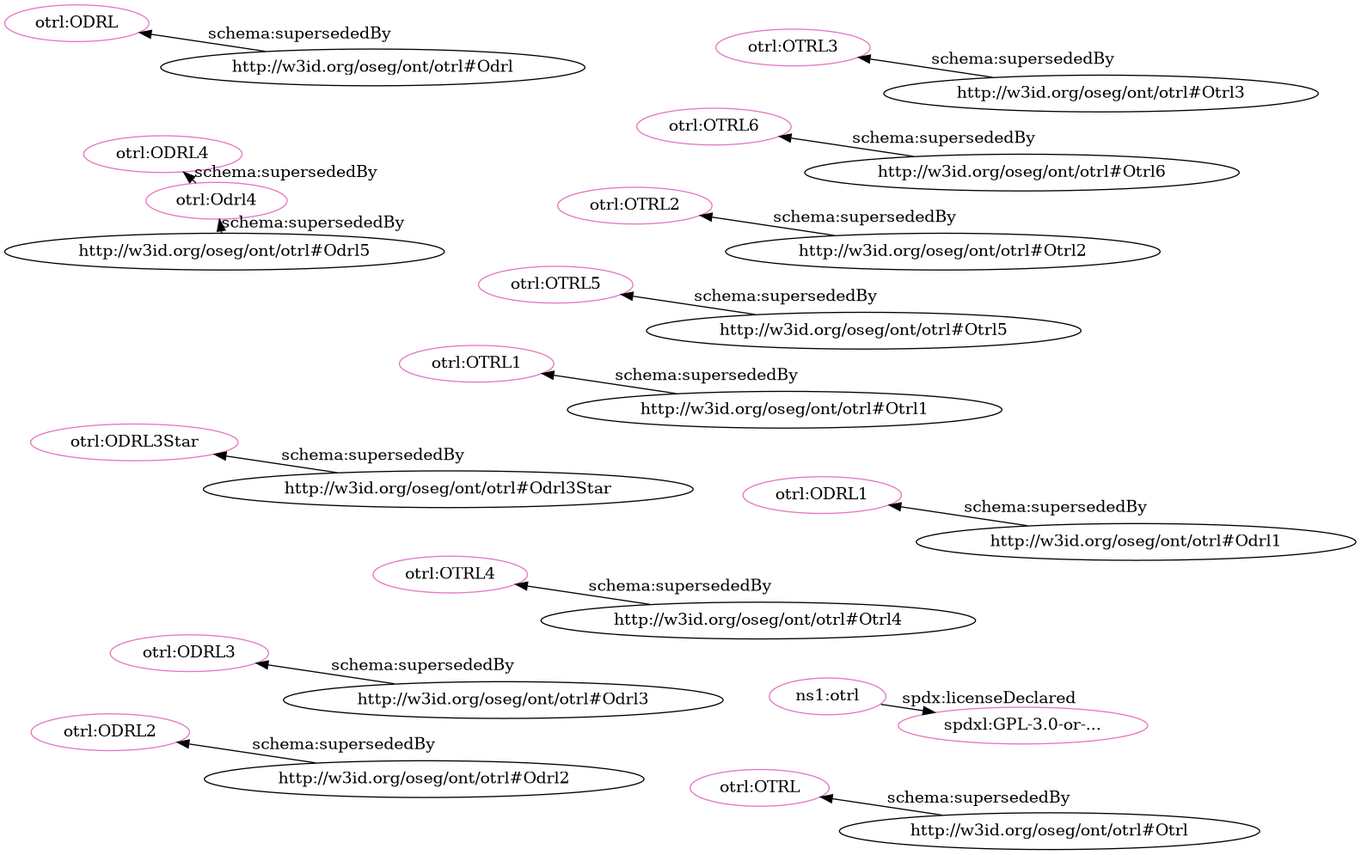
iop-alliance/OpenKnowHow keeps this Graphviz diagram as src/spec/fdp_otrl_deprecated-clean.png. Above is the earlier version. Its source is kept beside it as src/spec/fdp_otrl_deprecated-clean.dot.
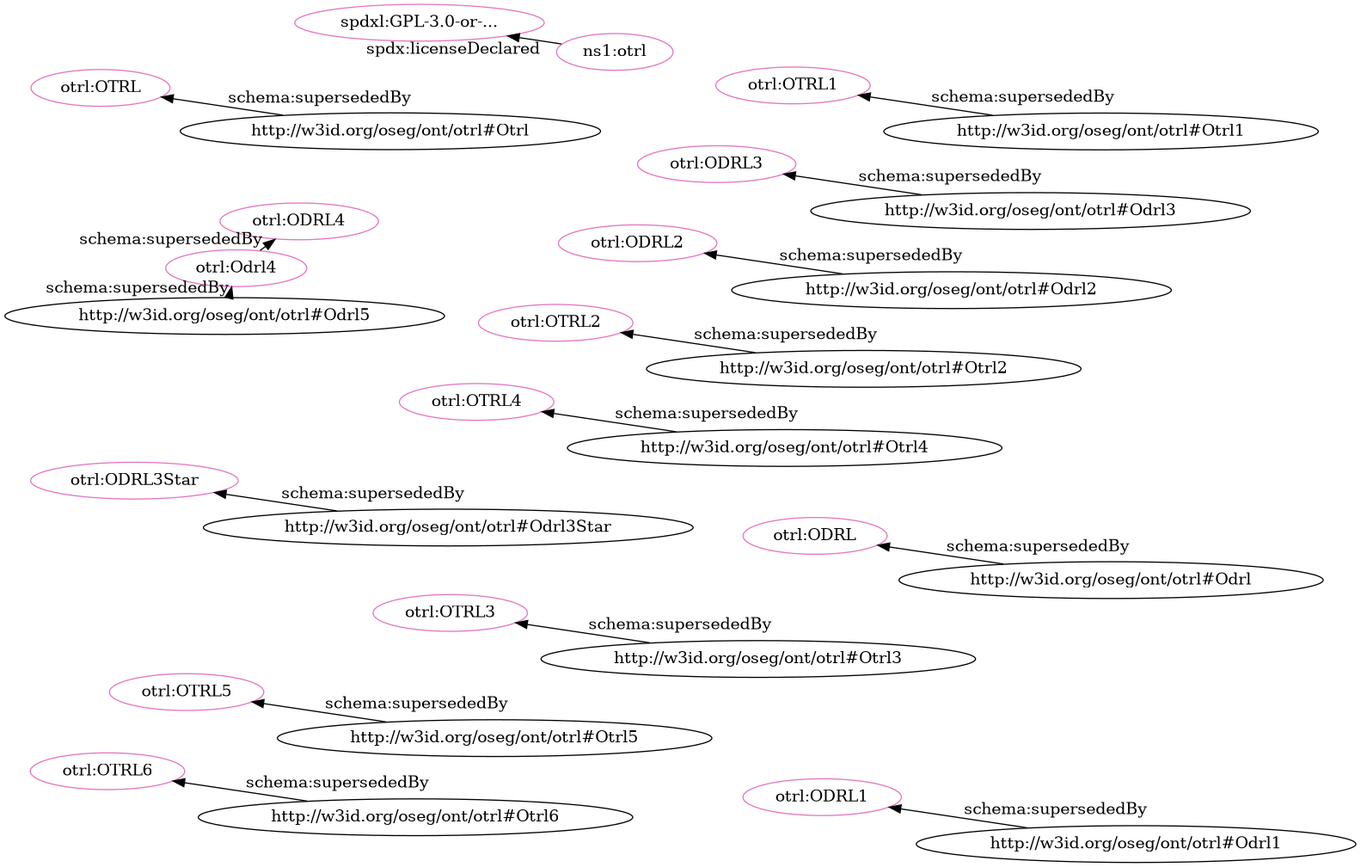
The same file after the commit.

Change to the diagram source:
```diff
@@ -1,35 +1,35 @@
 digraph G {
   rankdir=BT
   node[height=.3]
+"http://w3id.org/oseg/ont/otrl#OTRL4" [fillcolor="#e377c2" color="#e377c2" label="otrl:OTRL4"]
+"http://w3id.org/oseg/ont/otrl#Odrl4" [fillcolor="#e377c2" color="#e377c2" label="otrl:Odrl4"]
+"http://w3id.org/oseg/ont/otrl#OTRL2" [fillcolor="#e377c2" color="#e377c2" label="otrl:OTRL2"]
+"http://w3id.org/oseg/ont/otrl#ODRL3Star" [fillcolor="#e377c2" color="#e377c2" label="otrl:ODRL3Star"]
+"http://w3id.org/oseg/ont/otrl#OTRL" [fillcolor="#e377c2" color="#e377c2" label="otrl:OTRL"]
+"http://w3id.org/oseg/ont/otrl#OTRL3" [fillcolor="#e377c2" color="#e377c2" label="otrl:OTRL3"]
+"http://w3id.org/oseg/ont/otrl#ODRL4" [fillcolor="#e377c2" color="#e377c2" label="otrl:ODRL4"]
+"http://w3id.org/oseg/ont/otrl#ODRL" [fillcolor="#e377c2" color="#e377c2" label="otrl:ODRL"]
+"http://spdx.org/licenses/GPL-3.0-or-later" [fillcolor="#e377c2" color="#e377c2" label="spdxl:GPL-3.0-or-..."]
+"http://w3id.org/oseg/ont/otrl#ODRL2" [fillcolor="#e377c2" color="#e377c2" label="otrl:ODRL2"]
+"http://w3id.org/oseg/ont/otrl#ODRL3" [fillcolor="#e377c2" color="#e377c2" label="otrl:ODRL3"]
+"http://w3id.org/oseg/ont/otrl#OTRL5" [fillcolor="#e377c2" color="#e377c2" label="otrl:OTRL5"]
 "http://w3id.org/oseg/ont/otrl#OTRL1" [fillcolor="#e377c2" color="#e377c2" label="otrl:OTRL1"]
 "http://w3id.org/oseg/ont/otrl" [fillcolor="#e377c2" color="#e377c2" label="ns1:otrl"]
-"http://w3id.org/oseg/ont/otrl#OTRL5" [fillcolor="#e377c2" color="#e377c2" label="otrl:OTRL5"]
-"http://spdx.org/licenses/GPL-3.0-or-later" [fillcolor="#e377c2" color="#e377c2" label="spdxl:GPL-3.0-or-..."]
-"http://w3id.org/oseg/ont/otrl#OTRL4" [fillcolor="#e377c2" color="#e377c2" label="otrl:OTRL4"]
-"http://w3id.org/oseg/ont/otrl#ODRL4" [fillcolor="#e377c2" color="#e377c2" label="otrl:ODRL4"]
-"http://w3id.org/oseg/ont/otrl#OTRL2" [fillcolor="#e377c2" color="#e377c2" label="otrl:OTRL2"]
-"http://w3id.org/oseg/ont/otrl#Odrl4" [fillcolor="#e377c2" color="#e377c2" label="otrl:Odrl4"]
-"http://w3id.org/oseg/ont/otrl#OTRL" [fillcolor="#e377c2" color="#e377c2" label="otrl:OTRL"]
 "http://w3id.org/oseg/ont/otrl#OTRL6" [fillcolor="#e377c2" color="#e377c2" label="otrl:OTRL6"]
-"http://w3id.org/oseg/ont/otrl#ODRL3Star" [fillcolor="#e377c2" color="#e377c2" label="otrl:ODRL3Star"]
-"http://w3id.org/oseg/ont/otrl#ODRL" [fillcolor="#e377c2" color="#e377c2" label="otrl:ODRL"]
-"http://w3id.org/oseg/ont/otrl#ODRL3" [fillcolor="#e377c2" color="#e377c2" label="otrl:ODRL3"]
-"http://w3id.org/oseg/ont/otrl#OTRL3" [fillcolor="#e377c2" color="#e377c2" label="otrl:OTRL3"]
-"http://w3id.org/oseg/ont/otrl#ODRL2" [fillcolor="#e377c2" color="#e377c2" label="otrl:ODRL2"]
 "http://w3id.org/oseg/ont/otrl#ODRL1" [fillcolor="#e377c2" color="#e377c2" label="otrl:ODRL1"]
+  "http://w3id.org/oseg/ont/otrl#Otrl4" -> "http://w3id.org/oseg/ont/otrl#OTRL4" [label="schema:supersededBy"]
+  "http://w3id.org/oseg/ont/otrl#Odrl5" -> "http://w3id.org/oseg/ont/otrl#Odrl4" [label="schema:supersededBy"]
+  "http://w3id.org/oseg/ont/otrl#Odrl3Star" -> "http://w3id.org/oseg/ont/otrl#ODRL3Star" [label="schema:supersededBy"]
+  "http://w3id.org/oseg/ont/otrl#Otrl" -> "http://w3id.org/oseg/ont/otrl#OTRL" [label="schema:supersededBy"]
+  "http://w3id.org/oseg/ont/otrl#Otrl3" -> "http://w3id.org/oseg/ont/otrl#OTRL3" [label="schema:supersededBy"]
+  "http://w3id.org/oseg/ont/otrl#Odrl4" -> "http://w3id.org/oseg/ont/otrl#ODRL4" [label="schema:supersededBy"]
+  "http://w3id.org/oseg/ont/otrl#Odrl" -> "http://w3id.org/oseg/ont/otrl#ODRL" [label="schema:supersededBy"]
+  "http://w3id.org/oseg/ont/otrl" -> "http://spdx.org/licenses/GPL-3.0-or-later" [label="spdx:licenseDeclared"]
+  "http://w3id.org/oseg/ont/otrl#Odrl2" -> "http://w3id.org/oseg/ont/otrl#ODRL2" [label="schema:supersededBy"]
+  "http://w3id.org/oseg/ont/otrl#Odrl3" -> "http://w3id.org/oseg/ont/otrl#ODRL3" [label="schema:supersededBy"]
+  "http://w3id.org/oseg/ont/otrl#Otrl5" -> "http://w3id.org/oseg/ont/otrl#OTRL5" [label="schema:supersededBy"]
   "http://w3id.org/oseg/ont/otrl#Otrl1" -> "http://w3id.org/oseg/ont/otrl#OTRL1" [label="schema:supersededBy"]
-  "http://w3id.org/oseg/ont/otrl#Otrl5" -> "http://w3id.org/oseg/ont/otrl#OTRL5" [label="schema:supersededBy"]
-  "http://w3id.org/oseg/ont/otrl" -> "http://spdx.org/licenses/GPL-3.0-or-later" [label="spdx:licenseDeclared"]
-  "http://w3id.org/oseg/ont/otrl#Otrl4" -> "http://w3id.org/oseg/ont/otrl#OTRL4" [label="schema:supersededBy"]
-  "http://w3id.org/oseg/ont/otrl#Odrl4" -> "http://w3id.org/oseg/ont/otrl#ODRL4" [label="schema:supersededBy"]
+  "http://w3id.org/oseg/ont/otrl#Otrl6" -> "http://w3id.org/oseg/ont/otrl#OTRL6" [label="schema:supersededBy"]
+  "http://w3id.org/oseg/ont/otrl#Odrl1" -> "http://w3id.org/oseg/ont/otrl#ODRL1" [label="schema:supersededBy"]
   "http://w3id.org/oseg/ont/otrl#Otrl2" -> "http://w3id.org/oseg/ont/otrl#OTRL2" [label="schema:supersededBy"]
-  "http://w3id.org/oseg/ont/otrl#Odrl5" -> "http://w3id.org/oseg/ont/otrl#Odrl4" [label="schema:supersededBy"]
-  "http://w3id.org/oseg/ont/otrl#Otrl" -> "http://w3id.org/oseg/ont/otrl#OTRL" [label="schema:supersededBy"]
-  "http://w3id.org/oseg/ont/otrl#Otrl6" -> "http://w3id.org/oseg/ont/otrl#OTRL6" [label="schema:supersededBy"]
-  "http://w3id.org/oseg/ont/otrl#Odrl3Star" -> "http://w3id.org/oseg/ont/otrl#ODRL3Star" [label="schema:supersededBy"]
-  "http://w3id.org/oseg/ont/otrl#Odrl" -> "http://w3id.org/oseg/ont/otrl#ODRL" [label="schema:supersededBy"]
-  "http://w3id.org/oseg/ont/otrl#Odrl3" -> "http://w3id.org/oseg/ont/otrl#ODRL3" [label="schema:supersededBy"]
-  "http://w3id.org/oseg/ont/otrl#Otrl3" -> "http://w3id.org/oseg/ont/otrl#OTRL3" [label="schema:supersededBy"]
-  "http://w3id.org/oseg/ont/otrl#Odrl2" -> "http://w3id.org/oseg/ont/otrl#ODRL2" [label="schema:supersededBy"]
-  "http://w3id.org/oseg/ont/otrl#Odrl1" -> "http://w3id.org/oseg/ont/otrl#ODRL1" [label="schema:supersededBy"]
 }
```
